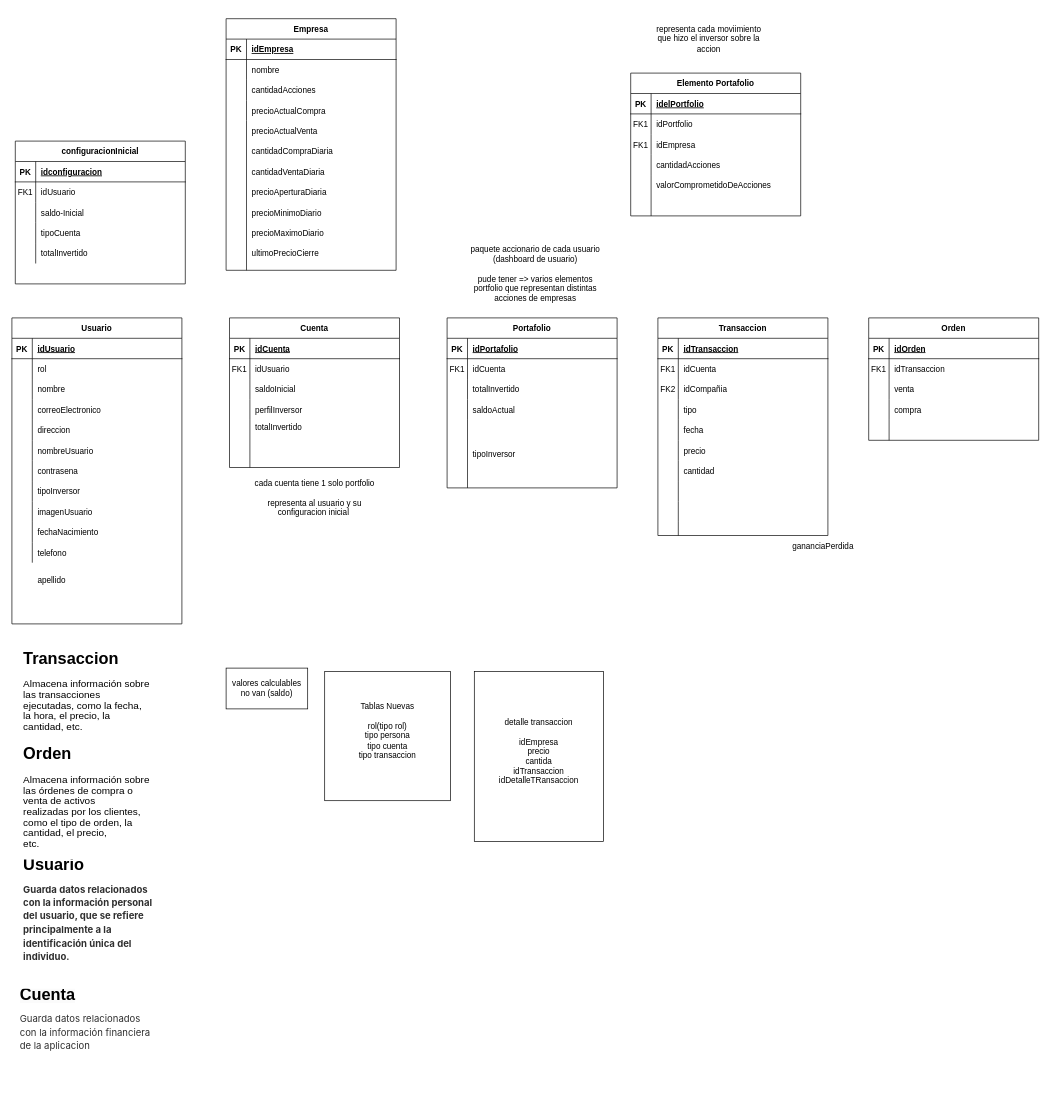
Before: Documentación/Diagrama-del-Modelo-Relacional.drawio in INNOVAcodersISPC/ARGBroker, a draw.io diagram. Source tidied: cells renumbered, new cells numbered last; positions are measured from the earlier drawing's top-left corner, leaving out a move shared by most shapes. Both pictures are drawn from the tidied source at 68%, with x=0, y=0 at pixel (12, 12).
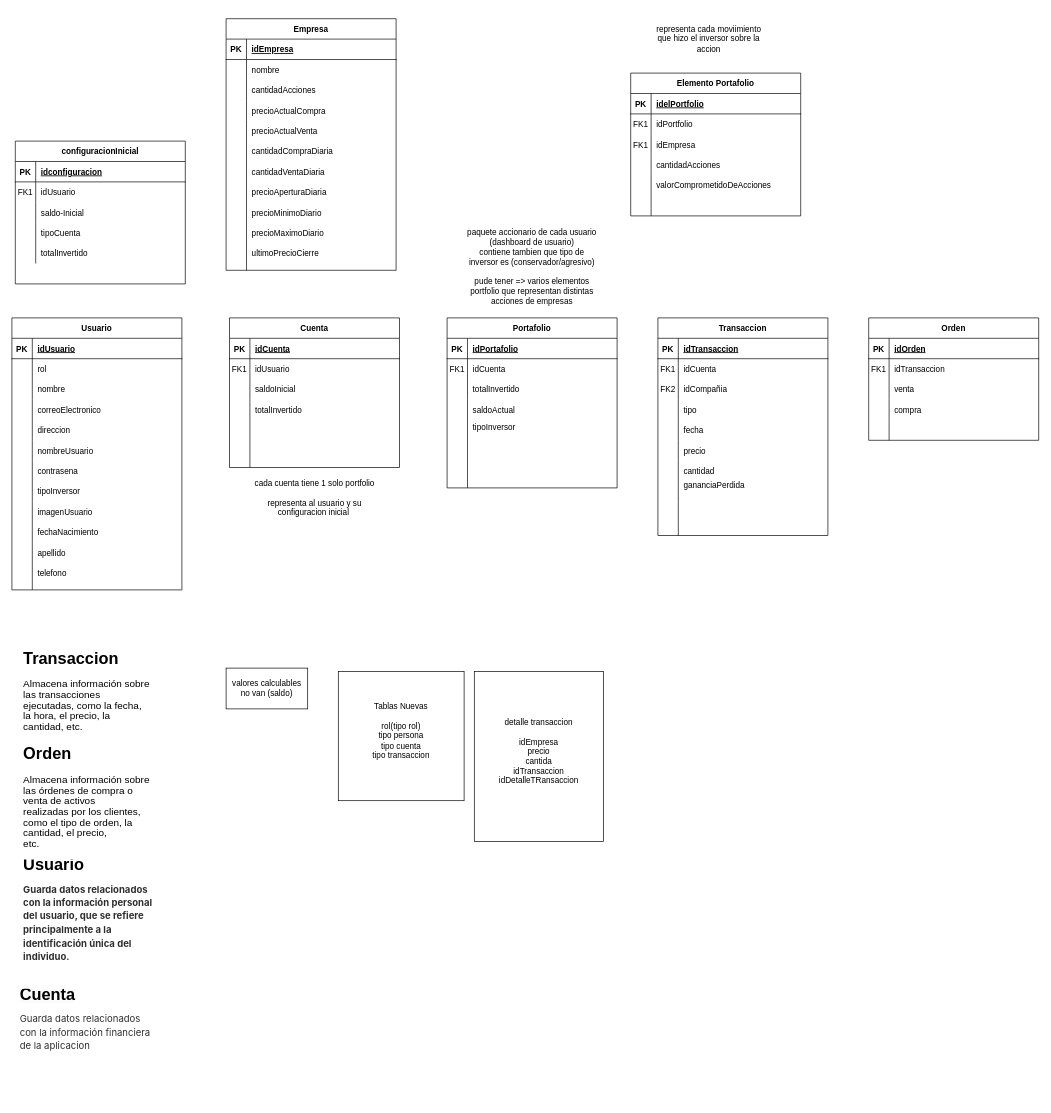
Above is the later version.

Commit message:
introduccion mas detalles en el diagrama relacional

The change refers to these unchanged cells:
```xml
<mxCell id="12" style="shape=partialRectangle;fillColor=none;top=0;left=0;right=0;bottom=0;" parent="2" vertex="1">
  <mxGeometry y="120" width="250" height="30" as="geometry" />
</mxCell>
<mxCell id="138" style="shape=partialRectangle;fillColor=none;top=0;left=0;right=0;bottom=0;" parent="125" vertex="1">
  <mxGeometry y="150" width="250" height="100" as="geometry" />
</mxCell>
```

The edit, as a diff of the source:
```diff
@@
-    <mxCell id="14" value="perfilInversor" style="shape=partialRectangle;overflow=hidden;fillColor=none;top=0;left=0;bottom=0;right=0;align=left;spacingLeft=6;" parent="12" vertex="1">
+    <mxCell id="14" style="shape=partialRectangle;overflow=hidden;fillColor=none;top=0;left=0;bottom=0;right=0;align=left;spacingLeft=6;" parent="12" vertex="1">
       <mxGeometry x="30" width="220" height="30" as="geometry" />
     </mxCell>
@@
     <mxCell id="18" value="Usuario" style="shape=table;startSize=30;childLayout=tableLayout;rowLines=0;fontStyle=1;align=center;" parent="1" vertex="1">
-      <mxGeometry y="450" width="250" height="450" as="geometry" />
+      <mxGeometry y="450" width="250" height="400" as="geometry" />
     </mxCell>
@@
     <mxCell id="49" style="shape=partialRectangle;fillColor=none;top=0;left=0;right=0;bottom=0;" parent="18" vertex="1">
-      <mxGeometry y="330" width="250" height="30" as="geometry" />
+      <mxGeometry y="330" width="250" height="70" as="geometry" />
     </mxCell>
     <mxCell id="50" style="shape=partialRectangle;overflow=hidden;fillColor=none;top=0;left=0;bottom=0;right=0;" parent="49" vertex="1">
-      <mxGeometry width="30" height="30" as="geometry" />
+      <mxGeometry width="30" height="70" as="geometry" />
     </mxCell>
-    <mxCell id="51" value="telefono" style="shape=partialRectangle;overflow=hidden;fillColor=none;top=0;left=0;bottom=0;right=0;align=left;spacingLeft=6;" parent="49" vertex="1">
-      <mxGeometry x="30" width="220" height="30" as="geometry" />
+    <mxCell id="51" style="shape=partialRectangle;overflow=hidden;fillColor=none;top=0;left=0;bottom=0;right=0;align=left;spacingLeft=6;" parent="49" vertex="1">
+      <mxGeometry x="30" width="220" height="70" as="geometry" />
     </mxCell>
@@
     <mxCell id="104" value="Tablas Nuevas&lt;div&gt;&lt;br&gt;&lt;/div&gt;&lt;div&gt;rol(tipo rol)&lt;/div&gt;&lt;div&gt;tipo persona&lt;/div&gt;&lt;div&gt;tipo cuenta&lt;/div&gt;&lt;div&gt;tipo transaccion&lt;/div&gt;&lt;div&gt;&lt;br&gt;&lt;/div&gt;" style="rounded=0;whiteSpace=wrap;html=1;" parent="1" vertex="1">
-      <mxGeometry x="460" y="970" width="185" height="190" as="geometry" />
+      <mxGeometry x="480" y="970" width="185" height="190" as="geometry" />
     </mxCell>
     <mxCell id="105" value="apellido" style="shape=partialRectangle;overflow=hidden;fillColor=none;top=0;left=0;bottom=0;right=0;align=left;spacingLeft=6;" parent="1" vertex="1">
-      <mxGeometry x="30" y="820" width="220" height="30" as="geometry" />
+      <mxGeometry x="30" y="780" width="220" height="30" as="geometry" />
     </mxCell>
@@
-    <mxCell id="140" value="tipoInversor" style="shape=partialRectangle;overflow=hidden;fillColor=none;top=0;left=0;bottom=0;right=0;align=left;spacingLeft=6;" parent="138" vertex="1">
+    <mxCell id="140" style="shape=partialRectangle;overflow=hidden;fillColor=none;top=0;left=0;bottom=0;right=0;align=left;spacingLeft=6;" parent="138" vertex="1">
       <mxGeometry x="30" width="220" height="100" as="geometry" />
     </mxCell>
     <mxCell id="141" value="gananciaPerdida" style="shape=partialRectangle;overflow=hidden;fillColor=none;top=0;left=0;bottom=0;right=0;align=left;spacingLeft=6;" parent="1" vertex="1">
-      <mxGeometry x="1140" y="770" width="220" height="30" as="geometry" />
+      <mxGeometry x="980" y="680" width="220" height="30" as="geometry" />
     </mxCell>
@@
-    <mxCell id="190" value="paquete accionario de cada usuario (dashboard de usuario)&lt;div&gt;&lt;br&gt;&lt;/div&gt;&lt;div&gt;pude tener =&amp;gt; varios elementos portfolio que representan distintas acciones de empresas&lt;/div&gt;" style="text;html=1;align=center;verticalAlign=middle;whiteSpace=wrap;rounded=0;" parent="1" vertex="1">
-      <mxGeometry x="670" y="330" width="200" height="110" as="geometry" />
+    <mxCell id="190" value="paquete accionario de cada usuario (dashboard de usuario)&lt;div&gt;contiene tambien que tipo de inversor es (conservador/agresivo)&lt;br&gt;&lt;div&gt;&lt;br&gt;&lt;/div&gt;&lt;div&gt;pude tener =&amp;gt; varios elementos portfolio que representan distintas acciones de empresas&lt;/div&gt;&lt;/div&gt;" style="text;html=1;align=center;verticalAlign=middle;whiteSpace=wrap;rounded=0;" parent="1" vertex="1">
+      <mxGeometry x="665" y="320" width="200" height="110" as="geometry" />
     </mxCell>
@@
     <mxCell id="192" value="totalInvertido" style="shape=partialRectangle;overflow=hidden;fillColor=none;top=0;left=0;bottom=0;right=0;align=left;spacingLeft=6;" parent="1" vertex="1">
-      <mxGeometry x="350" y="595" width="220" height="30" as="geometry" />
+      <mxGeometry x="350" y="570" width="220" height="30" as="geometry" />
     </mxCell>
+    <mxCell id="193" value="tipoInversor" style="shape=partialRectangle;overflow=hidden;fillColor=none;top=0;left=0;bottom=0;right=0;align=left;spacingLeft=6;" parent="1" vertex="1">
+      <mxGeometry x="670" y="595" width="220" height="30" as="geometry" />
+    </mxCell>
+    <mxCell id="194" value="telefono" style="shape=partialRectangle;overflow=hidden;fillColor=none;top=0;left=0;bottom=0;right=0;align=left;spacingLeft=6;" parent="1" vertex="1">
+      <mxGeometry x="30" y="810" width="220" height="30" as="geometry" />
+    </mxCell>
```
